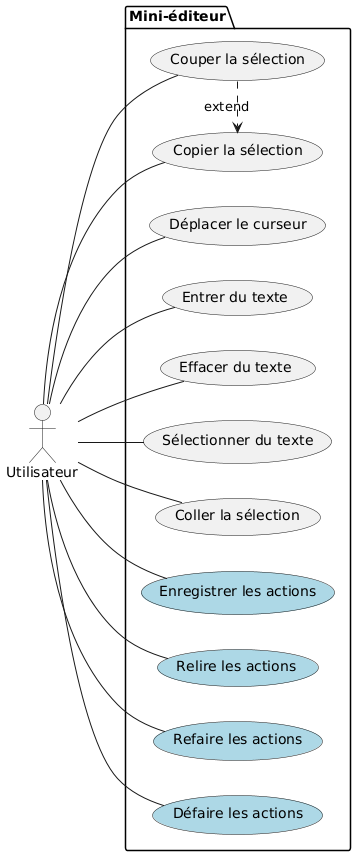
Earlier version of the PlantUML export img/V2/cas-utilisation/cas-utilisation.png (AquaBx/text-editor).
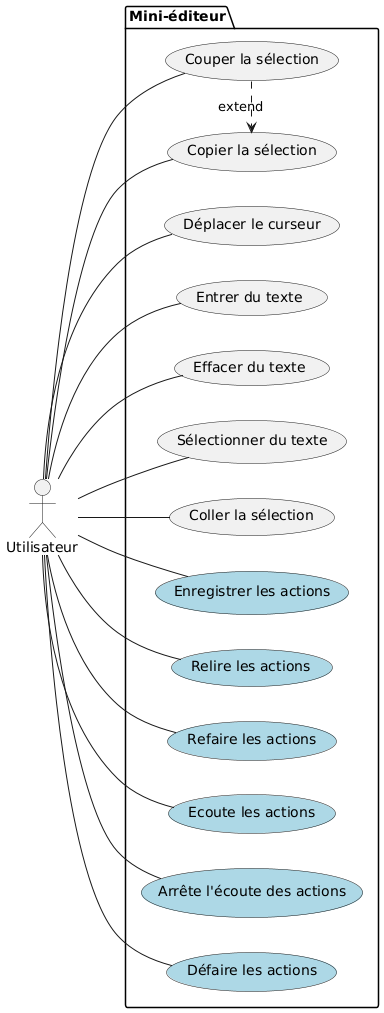
The same diagram one commit later.

Commit message:
màj readme + cr + diagramme de cas d'utilisation (V2)

The edit, as a diff of the source:
```diff
@@ -20,6 +20,12 @@
   (Refaire les actions) #LightBlue
   Utilisateur -- (Refaire les actions)
 
+  (Ecoute les actions) #LightBlue
+  Utilisateur -- (Ecoute les actions)
+
+  (Arrête l'écoute des actions) #LightBlue
+  Utilisateur -- (Arrête l'écoute des actions)
+
   (Défaire les actions) #LightBlue
   Utilisateur -- (Défaire les actions)
 }
```
